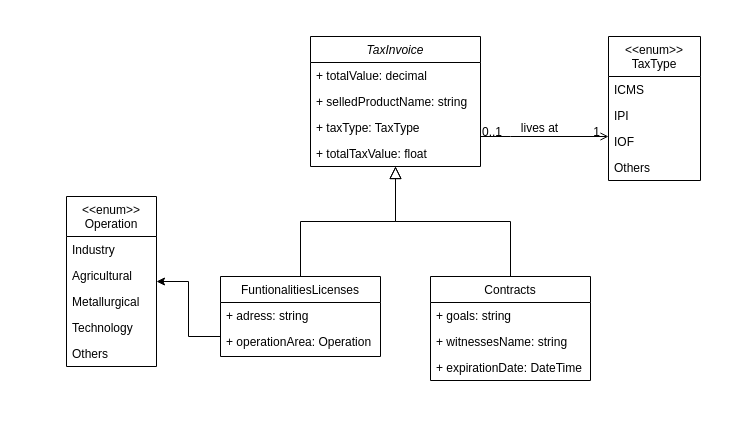
Before: page "Page-1" (1 of 2) of DevInDocumentsUML.drawio in leonardoGasperin/M2S5E, a draw.io diagram. Source tidied: cells renumbered, new cells numbered last; positions are measured from the earlier drawing's top-left corner, leaving out a move shared by most shapes. Both pictures are drawn from the tidied source at 100%, with x=0, y=0 at pixel (66, 36).
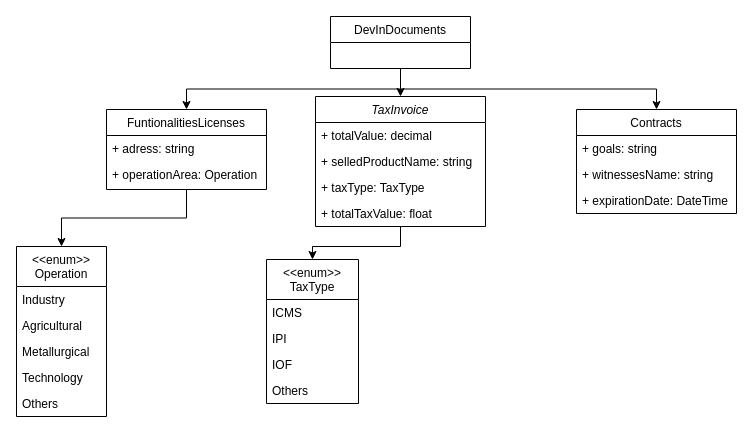
After the change.

Change to the diagram source:
```diff
@@
+    <mxCell id="22" style="edgeStyle=orthogonalEdgeStyle;rounded=0;jettySize=auto;html=1;entryX=0.5;entryY=0;entryDx=0;entryDy=0;" parent="1" edge="1" source="2" target="17">
+      <mxGeometry relative="1" as="geometry" />
+    </mxCell>
     <mxCell id="2" value="TaxInvoice" style="swimlane;fontStyle=2;align=center;verticalAlign=top;horizontal=1;startSize=26;rounded=0;shadow=0;strokeWidth=1;" parent="1" vertex="1">
-      <mxGeometry x="244" width="170" height="130" as="geometry" />
+      <mxGeometry x="249" y="60" width="170" height="130" as="geometry" />
     </mxCell>
@@
-    <mxCell id="7" style="edgeStyle=orthogonalEdgeStyle;rounded=0;jettySize=auto;html=1;" parent="1" edge="1" source="8" target="26">
-      <mxGeometry relative="1" as="geometry">
-        <Array as="points">
-          <mxPoint x="122" y="300" />
-          <mxPoint x="122" y="245" />
-        </Array>
-      </mxGeometry>
-    </mxCell>
     <mxCell id="8" value="FuntionalitiesLicenses" style="swimlane;fontStyle=0;align=center;verticalAlign=top;horizontal=1;startSize=26;rounded=0;shadow=0;strokeWidth=1;" parent="1" vertex="1">
-      <mxGeometry x="154" y="240" width="160" height="80" as="geometry" />
+      <mxGeometry x="40" y="73" width="160" height="80" as="geometry" />
     </mxCell>
@@
-    <mxCell id="11" style="endArrow=block;endSize=10;endFill=0;shadow=0;strokeWidth=1;rounded=0;edgeStyle=elbowEdgeStyle;elbow=vertical;" parent="1" edge="1" source="8" target="2">
-      <mxGeometry relative="1" as="geometry" />
-    </mxCell>
     <mxCell id="12" value="Contracts" style="swimlane;fontStyle=0;align=center;verticalAlign=top;horizontal=1;startSize=26;rounded=0;shadow=0;strokeWidth=1;" parent="1" vertex="1">
-      <mxGeometry x="364" y="240" width="160" height="104" as="geometry" />
+      <mxGeometry x="510" y="73" width="160" height="104" as="geometry" />
     </mxCell>
@@
-    <mxCell id="16" style="endArrow=block;endSize=10;endFill=0;shadow=0;strokeWidth=1;rounded=0;edgeStyle=elbowEdgeStyle;elbow=vertical;" parent="1" edge="1" source="12" target="2">
-      <mxGeometry relative="1" as="geometry" />
-    </mxCell>
     <mxCell id="17" value="&lt;&lt;enum&gt;&gt;&#10;TaxType" style="swimlane;fontStyle=0;align=center;verticalAlign=top;horizontal=1;startSize=40;rounded=0;shadow=0;strokeWidth=1;" parent="1" vertex="1">
-      <mxGeometry x="542" width="92" height="144" as="geometry" />
+      <mxGeometry x="200" y="223" width="92" height="144" as="geometry" />
     </mxCell>
@@
-    <mxCell id="22" style="endArrow=open;shadow=0;strokeWidth=1;rounded=0;endFill=1;edgeStyle=elbowEdgeStyle;elbow=vertical;" parent="1" edge="1" source="2" target="17">
-      <mxGeometry x="0.5" y="41" relative="1" as="geometry">
-        <Array as="points">
-          <mxPoint x="444" y="100" />
-        </Array>
-        <mxPoint x="-40" y="32" as="offset" />
-      </mxGeometry>
-    </mxCell>
-    <mxCell id="23" value="0..1" style="align=left;verticalAlign=bottom;labelBackgroundColor=none;fontSize=12;" parent="22" vertex="1">
-      <mxGeometry x="-1" relative="1" as="geometry">
-        <mxPoint y="4" as="offset" />
-      </mxGeometry>
-    </mxCell>
-    <mxCell id="24" value="1" style="align=right;verticalAlign=bottom;labelBackgroundColor=none;fontSize=12;" parent="22" vertex="1">
-      <mxGeometry x="1" relative="1" as="geometry">
-        <mxPoint x="-7" y="4" as="offset" />
-      </mxGeometry>
-    </mxCell>
-    <mxCell id="25" value="lives at" style="text;html=1;align=center;verticalAlign=middle;labelBackgroundColor=none;rounded=0;shadow=0;strokeWidth=1;fontSize=12;" parent="22" vertex="1">
-      <mxGeometry x="0.5" y="49" relative="1" as="geometry">
-        <mxPoint x="-38" y="40" as="offset" />
-      </mxGeometry>
-    </mxCell>
     <mxCell id="26" value="&lt;&lt;enum&gt;&gt;&#10;Operation" style="swimlane;fontStyle=0;align=center;verticalAlign=top;horizontal=1;startSize=40;rounded=0;shadow=0;strokeWidth=1;" parent="1" vertex="1">
-      <mxGeometry y="160" width="90" height="170" as="geometry" />
+      <mxGeometry x="-50" y="210" width="90" height="170" as="geometry" />
     </mxCell>
@@
+    <mxCell id="32" style="edgeStyle=orthogonalEdgeStyle;rounded=0;jettySize=auto;html=1;exitX=0.5;exitY=1;exitDx=0;exitDy=0;entryX=0.5;entryY=0;entryDx=0;entryDy=0;" parent="1" edge="1" source="35" target="2">
+      <mxGeometry relative="1" as="geometry" />
+    </mxCell>
+    <mxCell id="33" style="edgeStyle=orthogonalEdgeStyle;rounded=0;jettySize=auto;html=1;exitX=0.5;exitY=1;exitDx=0;exitDy=0;entryX=0.5;entryY=0;entryDx=0;entryDy=0;" parent="1" edge="1" source="35" target="12">
+      <mxGeometry relative="1" as="geometry" />
+    </mxCell>
+    <mxCell id="34" style="edgeStyle=orthogonalEdgeStyle;rounded=0;jettySize=auto;html=1;exitX=0.5;exitY=1;exitDx=0;exitDy=0;entryX=0.5;entryY=0;entryDx=0;entryDy=0;" parent="1" edge="1" source="35" target="8">
+      <mxGeometry relative="1" as="geometry" />
+    </mxCell>
+    <mxCell id="35" value="DevInDocuments" style="swimlane;fontStyle=0;horizontal=1;startSize=26;fillColor=none;" parent="1" vertex="1">
+      <mxGeometry x="264" y="-20" width="140" height="52" as="geometry" />
+    </mxCell>
+    <mxCell id="7" style="edgeStyle=orthogonalEdgeStyle;rounded=0;jettySize=auto;html=1;exitX=0.5;exitY=1;exitDx=0;exitDy=0;entryX=0.5;entryY=0;entryDx=0;entryDy=0;" parent="1" edge="1" source="8" target="26">
+      <mxGeometry relative="1" as="geometry" />
+    </mxCell>
```
